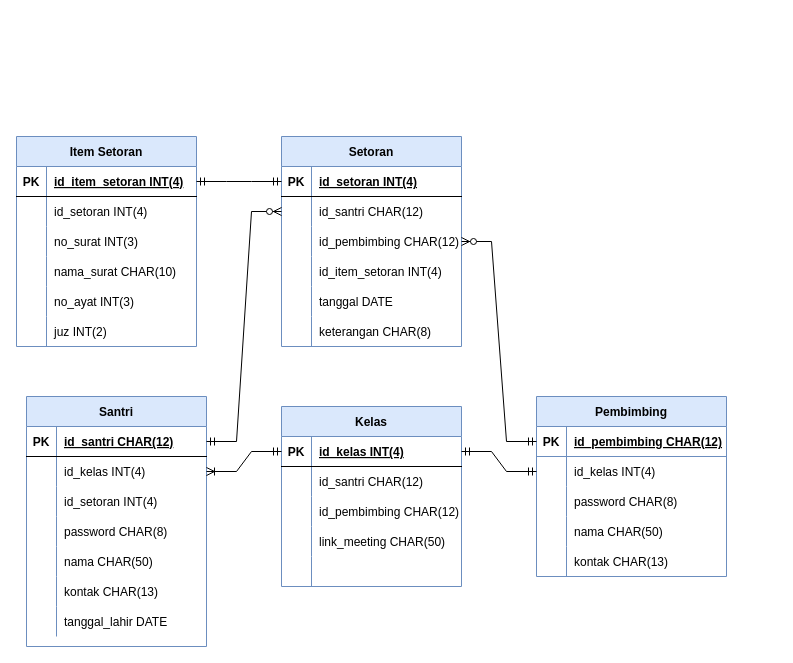
Before: pertemuan 3/Pertemuan3_ERD.drawio in nentinur/IF214002, a draw.io diagram. Source tidied: cells renumbered, new cells numbered last; positions are measured from the earlier drawing's top-left corner, leaving out a move shared by most shapes. Both pictures are drawn from the tidied source at 100%, with x=0, y=0 at pixel (16, 136).
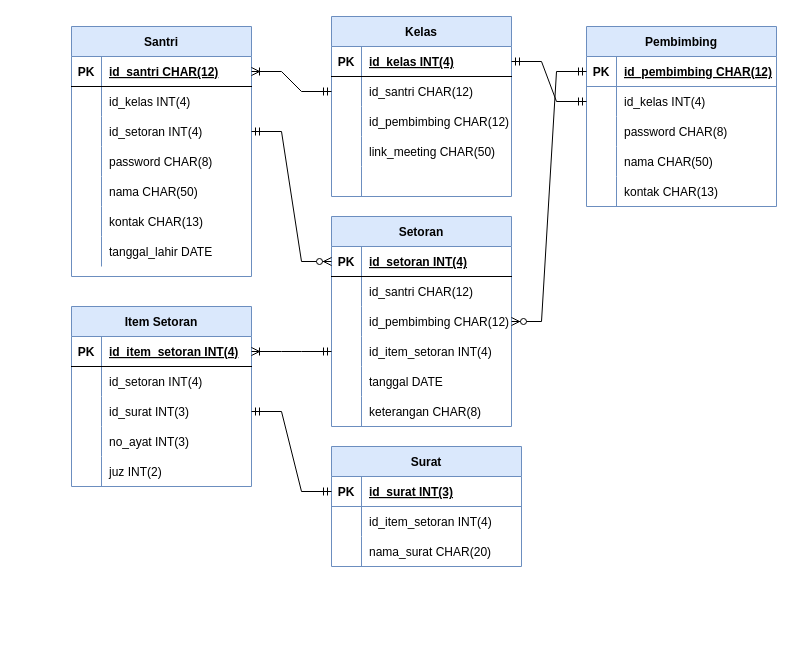
The same diagram, later.

Unchanged cells that the change refers to:
```xml
<mxCell id="3" style="shape=tableRow;horizontal=0;startSize=0;swimlaneHead=0;swimlaneBody=0;fillColor=none;points=[[0,0.5],[1,0.5]];portConstraint=eastwest;top=0;left=0;right=0;bottom=1;" parent="2" vertex="1">
  <mxGeometry y="30" width="180" height="30" as="geometry" />
</mxCell>
<mxCell id="6" style="shape=tableRow;horizontal=0;startSize=0;swimlaneHead=0;swimlaneBody=0;fillColor=none;points=[[0,0.5],[1,0.5]];portConstraint=eastwest;top=0;left=0;right=0;bottom=0;" parent="2" vertex="1">
  <mxGeometry y="60" width="180" height="30" as="geometry" />
</mxCell>
<mxCell id="9" style="shape=tableRow;horizontal=0;startSize=0;swimlaneHead=0;swimlaneBody=0;fillColor=none;points=[[0,0.5],[1,0.5]];portConstraint=eastwest;top=0;left=0;right=0;bottom=0;" parent="2" vertex="1">
  <mxGeometry y="90" width="180" height="30" as="geometry" />
</mxCell>
<mxCell id="25" style="shape=tableRow;horizontal=0;startSize=0;swimlaneHead=0;swimlaneBody=0;fillColor=none;points=[[0,0.5],[1,0.5]];portConstraint=eastwest;top=0;left=0;right=0;bottom=1;" parent="24" vertex="1">
  <mxGeometry y="30" width="180" height="30" as="geometry" />
</mxCell>
<mxCell id="28" style="shape=tableRow;horizontal=0;startSize=0;swimlaneHead=0;swimlaneBody=0;fillColor=none;points=[[0,0.5],[1,0.5]];portConstraint=eastwest;top=0;left=0;right=0;bottom=0;" parent="24" vertex="1">
  <mxGeometry y="60" width="180" height="30" as="geometry" />
</mxCell>
<mxCell id="41" style="shape=tableRow;horizontal=0;startSize=0;swimlaneHead=0;swimlaneBody=0;fillColor=none;points=[[0,0.5],[1,0.5]];portConstraint=eastwest;top=0;left=0;right=0;bottom=1;strokeColor=#6c8ebf;gradientColor=#ffffff;" parent="40" vertex="1">
  <mxGeometry y="30" width="190" height="30" as="geometry" />
</mxCell>
<mxCell id="57" style="shape=tableRow;horizontal=0;startSize=0;swimlaneHead=0;swimlaneBody=0;fillColor=none;points=[[0,0.5],[1,0.5]];portConstraint=eastwest;top=0;left=0;right=0;bottom=1;" parent="56" vertex="1">
  <mxGeometry y="30" width="180" height="30" as="geometry" />
</mxCell>
<mxCell id="60" style="shape=tableRow;horizontal=0;startSize=0;swimlaneHead=0;swimlaneBody=0;fillColor=none;points=[[0,0.5],[1,0.5]];portConstraint=eastwest;top=0;left=0;right=0;bottom=0;" parent="56" vertex="1">
  <mxGeometry y="60" width="180" height="30" as="geometry" />
</mxCell>
<mxCell id="63" style="shape=tableRow;horizontal=0;startSize=0;swimlaneHead=0;swimlaneBody=0;fillColor=none;points=[[0,0.5],[1,0.5]];portConstraint=eastwest;top=0;left=0;right=0;bottom=0;" parent="56" vertex="1">
  <mxGeometry y="90" width="180" height="30" as="geometry" />
</mxCell>
<mxCell id="66" style="shape=tableRow;horizontal=0;startSize=0;swimlaneHead=0;swimlaneBody=0;fillColor=none;points=[[0,0.5],[1,0.5]];portConstraint=eastwest;top=0;left=0;right=0;bottom=0;" parent="56" vertex="1">
  <mxGeometry y="120" width="180" height="30" as="geometry" />
</mxCell>
<mxCell id="76" style="shape=tableRow;horizontal=0;startSize=0;swimlaneHead=0;swimlaneBody=0;fillColor=none;points=[[0,0.5],[1,0.5]];portConstraint=eastwest;top=0;left=0;right=0;bottom=1;" parent="75" vertex="1">
  <mxGeometry y="30" width="180" height="30" as="geometry" />
</mxCell>
<mxCell id="82" style="shape=tableRow;horizontal=0;startSize=0;swimlaneHead=0;swimlaneBody=0;fillColor=none;points=[[0,0.5],[1,0.5]];portConstraint=eastwest;top=0;left=0;right=0;bottom=0;" parent="75" vertex="1">
  <mxGeometry y="90" width="180" height="30" as="geometry" />
</mxCell>
```

Diff of the diagram source:
```diff
@@
     <mxCell id="2" value="Santri" style="shape=table;startSize=30;childLayout=tableLayout;rowLines=0;fontStyle=1;align=center;fillColor=#dae8fc;strokeColor=#6c8ebf;" parent="1" vertex="1">
-      <mxGeometry x="10" y="260" width="180" height="250" as="geometry" />
+      <mxGeometry x="55" y="-110" width="180" height="250" as="geometry" />
     </mxCell>
@@
     <mxCell id="24" value="Kelas" style="shape=table;startSize=30;childLayout=tableLayout;rowLines=0;fontStyle=1;align=center;fillColor=#dae8fc;strokeColor=#6c8ebf;" parent="1" vertex="1">
-      <mxGeometry x="265" y="270" width="180" height="180" as="geometry" />
+      <mxGeometry x="315" y="-120" width="180" height="180" as="geometry" />
     </mxCell>
@@
     <mxCell id="40" value="Pembimbing" style="shape=table;startSize=30;childLayout=tableLayout;rowLines=0;fontStyle=1;align=center;fillColor=#dae8fc;strokeColor=#6c8ebf;" parent="1" vertex="1">
-      <mxGeometry x="520" y="260" width="190" height="180" as="geometry" />
+      <mxGeometry x="570" y="-110" width="190" height="180" as="geometry" />
     </mxCell>
@@
     <mxCell id="56" value="Setoran" style="shape=table;startSize=30;childLayout=tableLayout;rowLines=0;fontStyle=1;align=center;fillColor=#dae8fc;strokeColor=#6c8ebf;" parent="1" vertex="1">
-      <mxGeometry x="265" width="180" height="210" as="geometry" />
+      <mxGeometry x="315" y="80" width="180" height="210" as="geometry" />
     </mxCell>
@@
     <mxCell id="75" value="Item Setoran" style="shape=table;startSize=30;childLayout=tableLayout;rowLines=0;fontStyle=1;align=center;fillColor=#dae8fc;strokeColor=#6c8ebf;" parent="1" vertex="1">
-      <mxGeometry width="180" height="210" as="geometry" />
+      <mxGeometry x="55" y="170" width="180" height="180" as="geometry" />
     </mxCell>
@@
-    <mxCell id="84" value="no_surat INT(3)" style="shape=partialRectangle;fillColor=none;top=0;left=0;bottom=0;right=0;align=left;spacingLeft=6;overflow=hidden;" parent="82" vertex="1">
+    <mxCell id="84" value="id_surat INT(3)" style="shape=partialRectangle;fillColor=none;top=0;left=0;bottom=0;right=0;align=left;spacingLeft=6;overflow=hidden;" parent="82" vertex="1">
       <mxGeometry x="30" width="150" height="30" as="geometry" />
     </mxCell>
-    <mxCell id="85" style="shape=tableRow;horizontal=0;startSize=0;swimlaneHead=0;swimlaneBody=0;fillColor=none;top=0;left=0;right=0;bottom=0;" parent="75" vertex="1">
-      <mxGeometry y="120" width="180" height="30" as="geometry" />
-    </mxCell>
-    <mxCell id="86" style="shape=partialRectangle;fillColor=none;top=0;left=0;bottom=0;right=0;overflow=hidden;" parent="85" vertex="1">
-      <mxGeometry width="30" height="30" as="geometry" />
-    </mxCell>
-    <mxCell id="87" value="nama_surat CHAR(10)" style="shape=partialRectangle;fillColor=none;top=0;left=0;bottom=0;right=0;align=left;spacingLeft=6;overflow=hidden;" parent="85" vertex="1">
-      <mxGeometry x="30" width="150" height="30" as="geometry" />
-    </mxCell>
     <mxCell id="88" style="shape=tableRow;horizontal=0;startSize=0;swimlaneHead=0;swimlaneBody=0;fillColor=none;top=0;left=0;right=0;bottom=0;" parent="75" vertex="1">
-      <mxGeometry y="150" width="180" height="30" as="geometry" />
+      <mxGeometry y="120" width="180" height="30" as="geometry" />
     </mxCell>
@@
     <mxCell id="91" style="shape=tableRow;horizontal=0;startSize=0;swimlaneHead=0;swimlaneBody=0;fillColor=none;top=0;left=0;right=0;bottom=0;" parent="75" vertex="1">
-      <mxGeometry y="180" width="180" height="30" as="geometry" />
+      <mxGeometry y="150" width="180" height="30" as="geometry" />
     </mxCell>
@@
-    <mxCell id="94" style="edgeStyle=entityRelationEdgeStyle;fontSize=12;html=1;endArrow=ERoneToMany;startArrow=ERmandOne;rounded=0;exitX=0;exitY=0.5;exitDx=0;exitDy=0;entryX=1;entryY=0.5;entryDx=0;entryDy=0;" parent="1" edge="1" source="25" target="6">
-      <mxGeometry relative="1" as="geometry" />
-    </mxCell>
+    <mxCell id="99" value="Surat" style="shape=table;startSize=30;childLayout=tableLayout;rowLines=0;fontStyle=1;align=center;fillColor=#dae8fc;strokeColor=#6c8ebf;" parent="1" vertex="1">
+      <mxGeometry x="315" y="310" width="190" height="120" as="geometry" />
+    </mxCell>
+    <mxCell id="100" style="shape=tableRow;horizontal=0;startSize=0;swimlaneHead=0;swimlaneBody=0;fillColor=none;points=[[0,0.5],[1,0.5]];portConstraint=eastwest;top=0;left=0;right=0;bottom=1;strokeColor=#6c8ebf;gradientColor=#ffffff;" parent="99" vertex="1">
+      <mxGeometry y="30" width="190" height="30" as="geometry" />
+    </mxCell>
+    <mxCell id="101" value="PK" style="shape=partialRectangle;fillColor=none;top=0;left=0;bottom=0;right=0;fontStyle=1;overflow=hidden;" parent="100" vertex="1">
+      <mxGeometry width="30" height="30" as="geometry" />
+    </mxCell>
+    <mxCell id="102" value="id_surat INT(3)" style="shape=partialRectangle;fillColor=none;top=0;left=0;bottom=0;right=0;align=left;spacingLeft=6;fontStyle=5;overflow=hidden;" parent="100" vertex="1">
+      <mxGeometry x="30" width="160" height="30" as="geometry" />
+    </mxCell>
+    <mxCell id="103" style="shape=tableRow;horizontal=0;startSize=0;swimlaneHead=0;swimlaneBody=0;fillColor=none;top=0;left=0;right=0;bottom=0;" parent="99" vertex="1">
+      <mxGeometry y="60" width="190" height="30" as="geometry" />
+    </mxCell>
+    <mxCell id="104" style="shape=partialRectangle;fillColor=none;top=0;left=0;bottom=0;right=0;overflow=hidden;" parent="103" vertex="1">
+      <mxGeometry width="30" height="30" as="geometry" />
+    </mxCell>
+    <mxCell id="105" value="id_item_setoran INT(4)" style="shape=partialRectangle;fillColor=none;top=0;left=0;bottom=0;right=0;align=left;spacingLeft=6;overflow=hidden;" parent="103" vertex="1">
+      <mxGeometry x="30" width="160" height="30" as="geometry" />
+    </mxCell>
+    <mxCell id="106" style="shape=tableRow;horizontal=0;startSize=0;swimlaneHead=0;swimlaneBody=0;fillColor=none;top=0;left=0;right=0;bottom=0;" parent="99" vertex="1">
+      <mxGeometry y="90" width="190" height="30" as="geometry" />
+    </mxCell>
+    <mxCell id="107" style="shape=partialRectangle;fillColor=none;top=0;left=0;bottom=0;right=0;overflow=hidden;" parent="106" vertex="1">
+      <mxGeometry width="30" height="30" as="geometry" />
+    </mxCell>
+    <mxCell id="108" value="nama_surat CHAR(20)" style="shape=partialRectangle;fillColor=none;top=0;left=0;bottom=0;right=0;align=left;spacingLeft=6;overflow=hidden;" parent="106" vertex="1">
+      <mxGeometry x="30" width="160" height="30" as="geometry" />
+    </mxCell>
+    <mxCell id="109" style="edgeStyle=entityRelationEdgeStyle;fontSize=12;html=1;endArrow=ERmandOne;startArrow=ERmandOne;rounded=0;entryX=1;entryY=0.5;entryDx=0;entryDy=0;" parent="1" edge="1" source="100" target="82">
+      <mxGeometry relative="1" as="geometry" />
+    </mxCell>
+    <mxCell id="110" style="edgeStyle=entityRelationEdgeStyle;fontSize=12;html=1;endArrow=ERoneToMany;startArrow=ERmandOne;rounded=0;exitX=0;exitY=0.5;exitDx=0;exitDy=0;entryX=1;entryY=0.5;entryDx=0;entryDy=0;" parent="1" edge="1" source="66" target="76">
+      <mxGeometry relative="1" as="geometry" />
+    </mxCell>
+    <mxCell id="111" style="edgeStyle=entityRelationEdgeStyle;fontSize=12;html=1;endArrow=ERoneToMany;startArrow=ERmandOne;rounded=0;exitX=0;exitY=0.5;exitDx=0;exitDy=0;entryX=1;entryY=0.5;entryDx=0;entryDy=0;" parent="1" edge="1" source="28" target="3">
+      <mxGeometry relative="1" as="geometry" />
+    </mxCell>
@@
-    <mxCell id="96" style="edgeStyle=entityRelationEdgeStyle;fontSize=12;html=1;endArrow=ERzeroToMany;startArrow=ERmandOne;rounded=0;exitX=1;exitY=0.5;exitDx=0;exitDy=0;entryX=0;entryY=0.5;entryDx=0;entryDy=0;" parent="1" edge="1" source="3" target="60">
-      <mxGeometry relative="1" as="geometry" />
-    </mxCell>
-    <mxCell id="97" style="edgeStyle=entityRelationEdgeStyle;fontSize=12;html=1;endArrow=ERmandOne;startArrow=ERmandOne;rounded=0;exitX=1;exitY=0.5;exitDx=0;exitDy=0;entryX=0;entryY=0.5;entryDx=0;entryDy=0;" parent="1" edge="1" source="76" target="57">
-      <mxGeometry relative="1" as="geometry" />
-    </mxCell>
-    <mxCell id="98" style="edgeStyle=entityRelationEdgeStyle;fontSize=12;html=1;endArrow=ERzeroToMany;startArrow=ERmandOne;rounded=0;exitX=0;exitY=0.5;exitDx=0;exitDy=0;entryX=1;entryY=0.5;entryDx=0;entryDy=0;" parent="1" edge="1" source="41" target="63">
+    <mxCell id="98" style="edgeStyle=entityRelationEdgeStyle;fontSize=12;html=1;endArrow=ERzeroToMany;startArrow=ERmandOne;rounded=0;exitX=0;exitY=0.5;exitDx=0;exitDy=0;" parent="1" edge="1" source="41" target="63">
       <mxGeometry relative="1" as="geometry" />
     </mxCell>
+    <mxCell id="112" style="edgeStyle=entityRelationEdgeStyle;fontSize=12;html=1;endArrow=ERzeroToMany;startArrow=ERmandOne;rounded=0;entryX=0;entryY=0.5;entryDx=0;entryDy=0;exitX=1;exitY=0.5;exitDx=0;exitDy=0;" parent="1" edge="1" source="9" target="57">
+      <mxGeometry relative="1" as="geometry" />
+    </mxCell>
```
